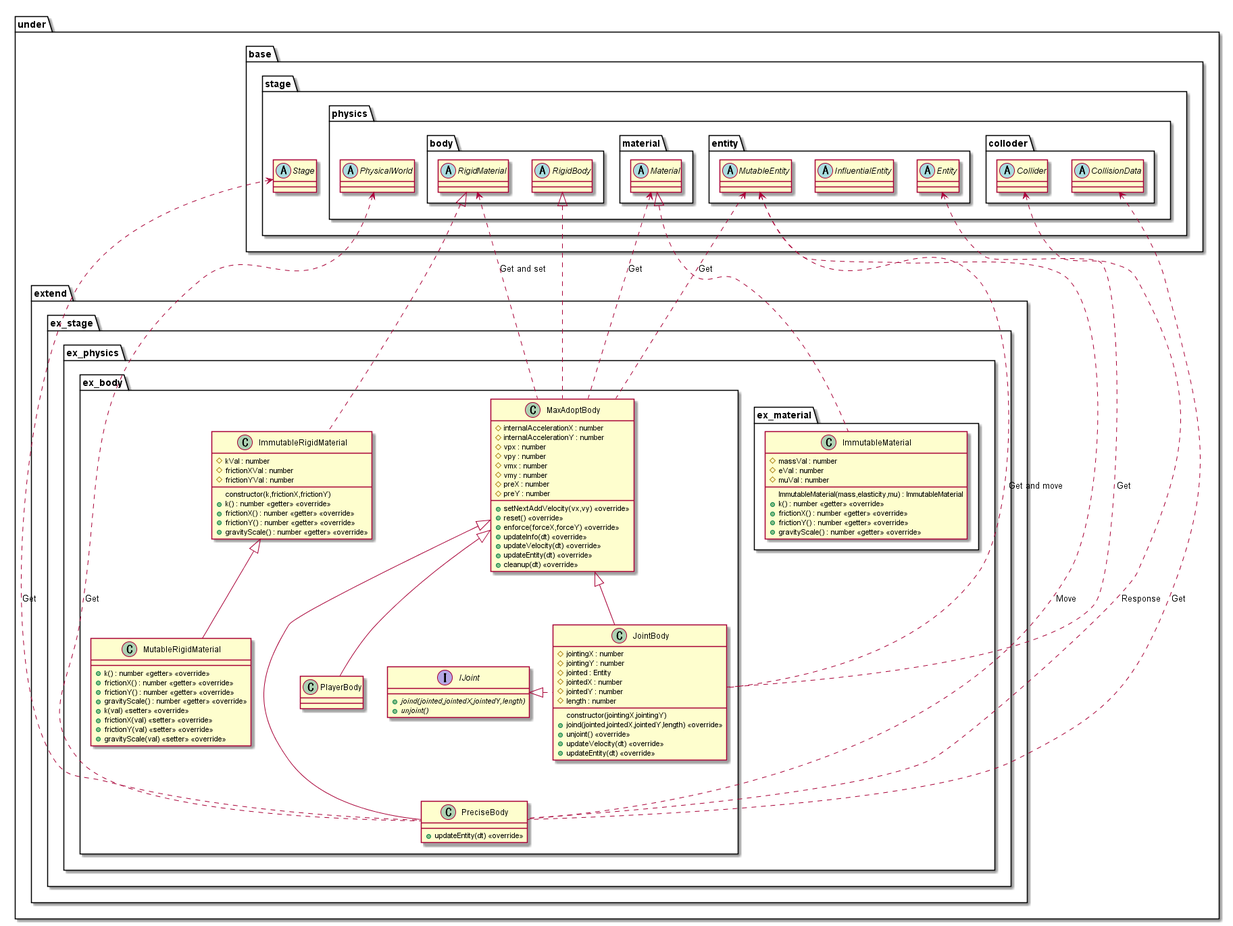
The PlantUML diagram out/uml/entity/physical/Extend/PhysicalExtend.png in Expine/Under, before a commit.
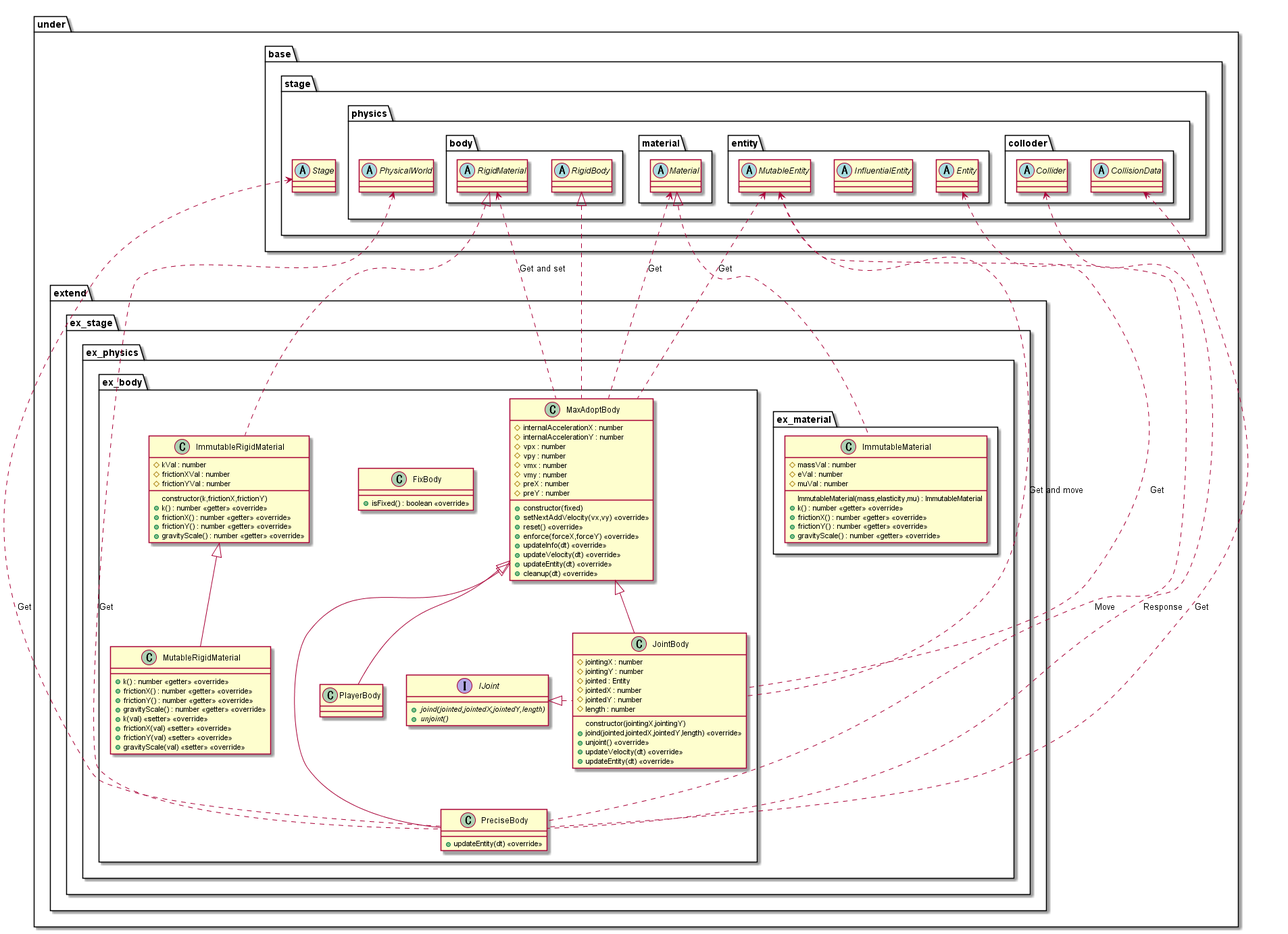
The same diagram one commit later.

The edit, as a diff of the source:
```diff
@@ -6,6 +6,7 @@
             package ex_physics {
                 package ex_body {
                     class MaxAdoptBody {
+                        +constructor(fixed)
                         #internalAccelerationX : number
                         #internalAccelerationY : number
                         #vpx : number
@@ -24,6 +25,9 @@
                     }
                     class PreciseBody {
                         +updateEntity(dt) <<override>>
+                    }
+                    class FixBody {
+                        +isFixed() : boolean <<override>>
                     }
                     class PlayerBody
                     interface IJoint {
```
